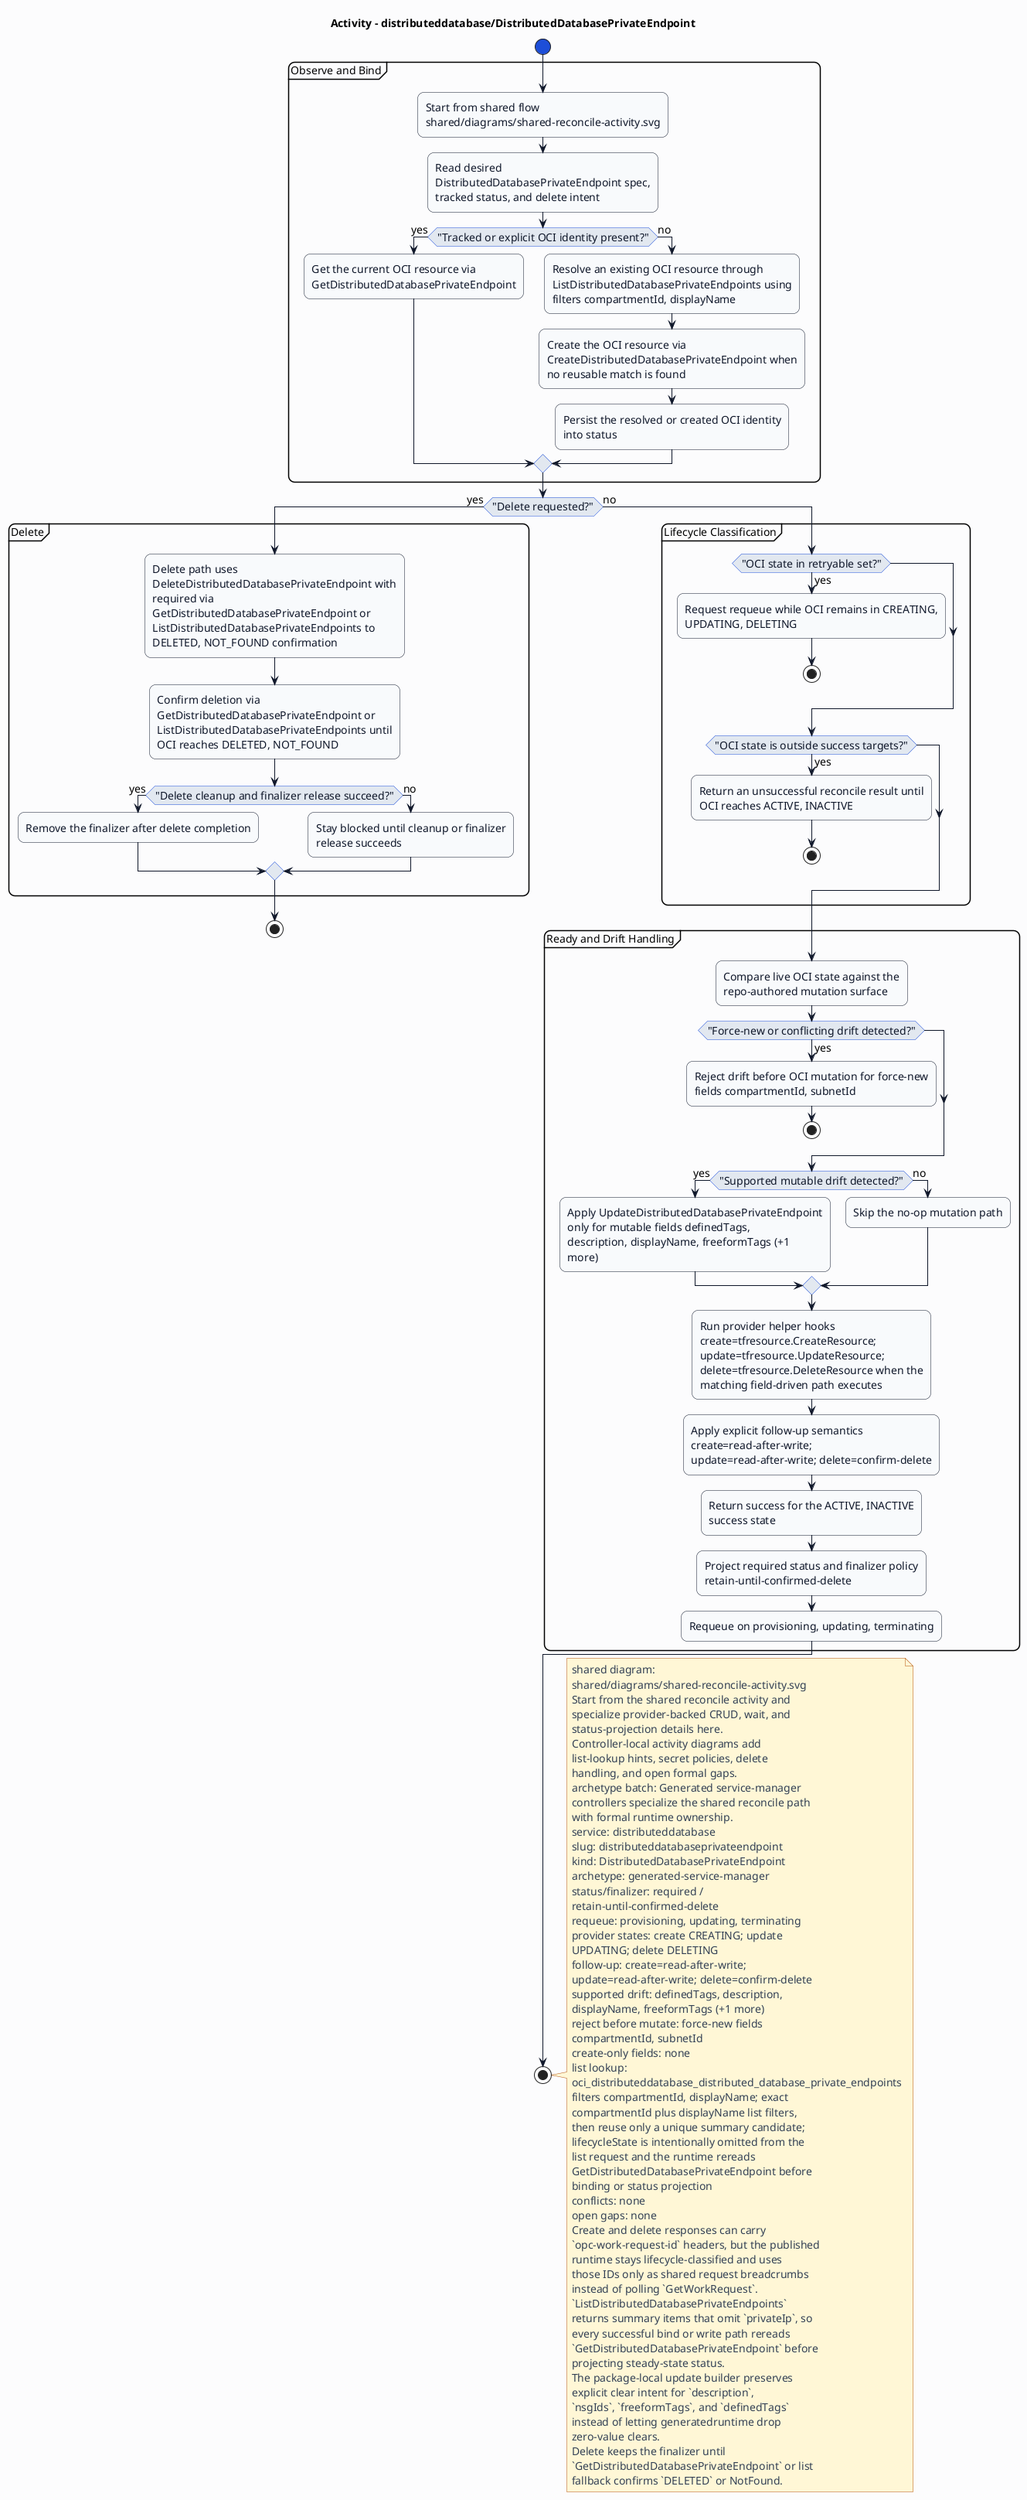
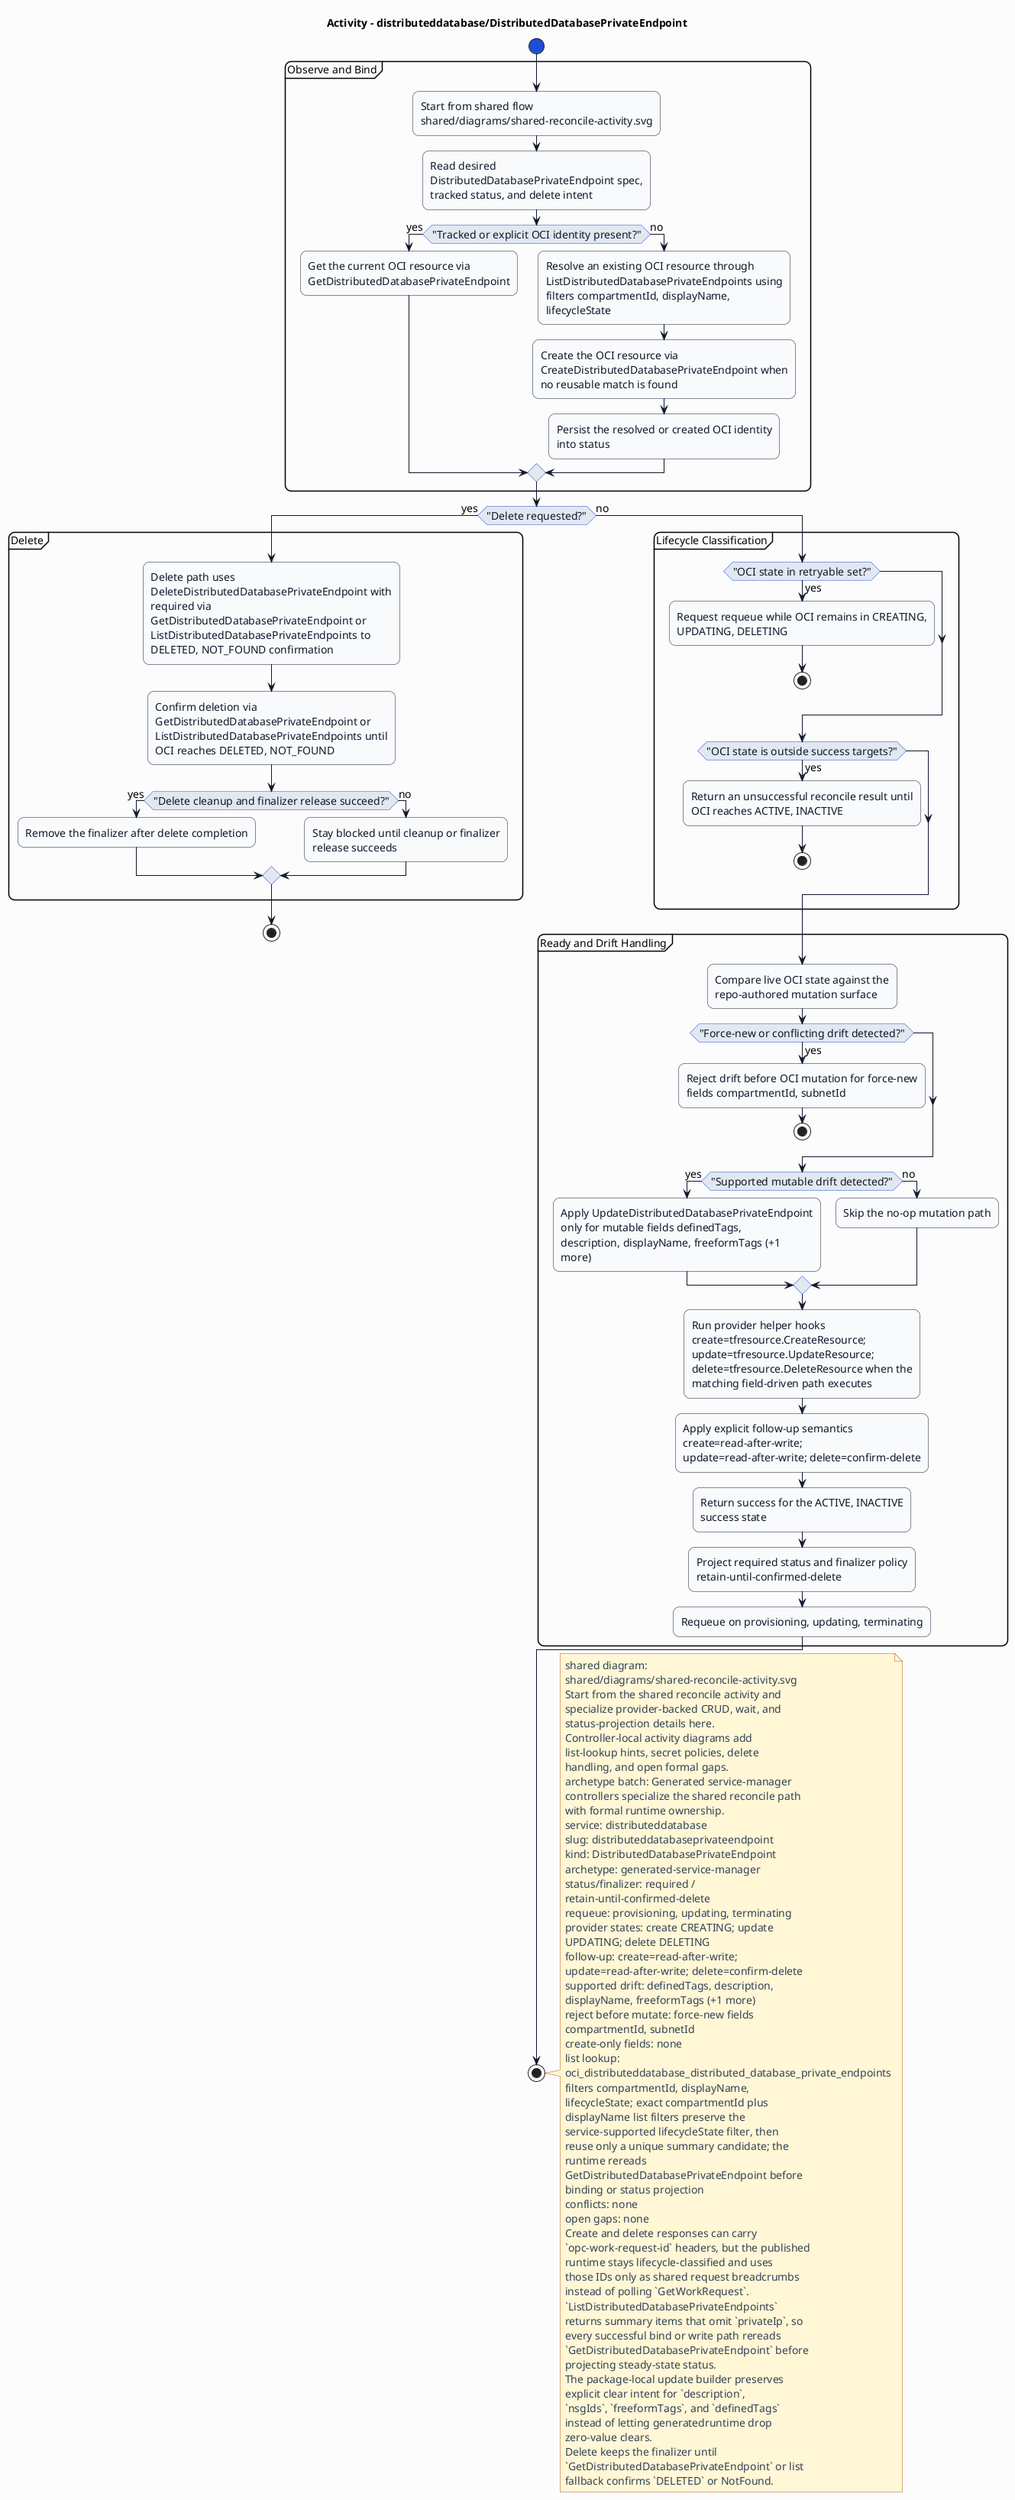
@startuml
skinparam shadowing false
skinparam backgroundColor #fcfcfd
skinparam defaultFontName Helvetica
skinparam defaultFontSize 14
skinparam arrowColor #0f172a
skinparam noteBackgroundColor #fff7d6
skinparam noteBorderColor #b45309
skinparam noteFontColor #334155
skinparam roundcorner 16
title Activity - distributeddatabase/DistributedDatabasePrivateEndpoint
skinparam activity {
  backgroundColor #f8fafc
  borderColor #0f172a
  fontColor #0f172a
  diamondBackgroundColor #e2e8f0
  diamondBorderColor #1d4ed8
  diamondFontColor #0f172a
  startColor #1d4ed8
  endColor #0f172a
  barColor #1d4ed8
}
start
partition "Observe and Bind" {
:Start from shared flow\nshared/diagrams/shared-reconcile-activity.svg;
:Read desired\nDistributedDatabasePrivateEndpoint spec,\ntracked status, and delete intent;
if ("Tracked or explicit OCI identity present?") then (yes)
:Get the current OCI resource via\nGetDistributedDatabasePrivateEndpoint;
else (no)
- :Resolve an existing OCI resource through\nListDistributedDatabasePrivateEndpoints using\nfilters compartmentId, displayName;
+ :Resolve an existing OCI resource through\nListDistributedDatabasePrivateEndpoints using\nfilters compartmentId, displayName,\nlifecycleState;
:Create the OCI resource via\nCreateDistributedDatabasePrivateEndpoint when\nno reusable match is found;
:Persist the resolved or created OCI identity\ninto status;
endif
}
if ("Delete requested?") then (yes)
partition "Delete" {
:Delete path uses\nDeleteDistributedDatabasePrivateEndpoint with\nrequired via\nGetDistributedDatabasePrivateEndpoint or\nListDistributedDatabasePrivateEndpoints to\nDELETED, NOT_FOUND confirmation;
:Confirm deletion via\nGetDistributedDatabasePrivateEndpoint or\nListDistributedDatabasePrivateEndpoints until\nOCI reaches DELETED, NOT_FOUND;
if ("Delete cleanup and finalizer release succeed?") then (yes)
:Remove the finalizer after delete completion;
else (no)
:Stay blocked until cleanup or finalizer\nrelease succeeds;
endif
}
stop
else (no)
partition "Lifecycle Classification" {
if ("OCI state in retryable set?") then (yes)
:Request requeue while OCI remains in CREATING,\nUPDATING, DELETING;
stop
endif
if ("OCI state is outside success targets?") then (yes)
:Return an unsuccessful reconcile result until\nOCI reaches ACTIVE, INACTIVE;
stop
endif
}
partition "Ready and Drift Handling" {
:Compare live OCI state against the\nrepo-authored mutation surface;
if ("Force-new or conflicting drift detected?") then (yes)
:Reject drift before OCI mutation for force-new\nfields compartmentId, subnetId;
stop
endif
if ("Supported mutable drift detected?") then (yes)
:Apply UpdateDistributedDatabasePrivateEndpoint\nonly for mutable fields definedTags,\ndescription, displayName, freeformTags (+1\nmore);
else (no)
:Skip the no-op mutation path;
endif
:Run provider helper hooks\ncreate=tfresource.CreateResource;\nupdate=tfresource.UpdateResource;\ndelete=tfresource.DeleteResource when the\nmatching field-driven path executes;
:Apply explicit follow-up semantics\ncreate=read-after-write;\nupdate=read-after-write; delete=confirm-delete;
:Return success for the ACTIVE, INACTIVE\nsuccess state;
:Project required status and finalizer policy\nretain-until-confirmed-delete;
:Requeue on provisioning, updating, terminating;
}
endif
stop
note right
shared diagram:
shared/diagrams/shared-reconcile-activity.svg
Start from the shared reconcile activity and
specialize provider-backed CRUD, wait, and
status-projection details here.
Controller-local activity diagrams add
list-lookup hints, secret policies, delete
handling, and open formal gaps.
archetype batch: Generated service-manager
controllers specialize the shared reconcile path
with formal runtime ownership.
service: distributeddatabase
slug: distributeddatabaseprivateendpoint
kind: DistributedDatabasePrivateEndpoint
archetype: generated-service-manager
status/finalizer: required /
retain-until-confirmed-delete
requeue: provisioning, updating, terminating
provider states: create CREATING; update
UPDATING; delete DELETING
follow-up: create=read-after-write;
update=read-after-write; delete=confirm-delete
supported drift: definedTags, description,
displayName, freeformTags (+1 more)
reject before mutate: force-new fields
compartmentId, subnetId
create-only fields: none
list lookup:
oci_distributeddatabase_distributed_database_private_endpoints
- filters compartmentId, displayName; exact
- compartmentId plus displayName list filters,
- then reuse only a unique summary candidate;
- lifecycleState is intentionally omitted from the
- list request and the runtime rereads
+ filters compartmentId, displayName,
+ lifecycleState; exact compartmentId plus
+ displayName list filters preserve the
+ service-supported lifecycleState filter, then
+ reuse only a unique summary candidate; the
+ runtime rereads
GetDistributedDatabasePrivateEndpoint before
binding or status projection
conflicts: none
open gaps: none
Create and delete responses can carry
`opc-work-request-id` headers, but the published
runtime stays lifecycle-classified and uses
those IDs only as shared request breadcrumbs
instead of polling `GetWorkRequest`.
`ListDistributedDatabasePrivateEndpoints`
returns summary items that omit `privateIp`, so
every successful bind or write path rereads
`GetDistributedDatabasePrivateEndpoint` before
projecting steady-state status.
The package-local update builder preserves
explicit clear intent for `description`,
`nsgIds`, `freeformTags`, and `definedTags`
instead of letting generatedruntime drop
zero-value clears.
Delete keeps the finalizer until
`GetDistributedDatabasePrivateEndpoint` or list
fallback confirms `DELETED` or NotFound.
end note
@enduml
